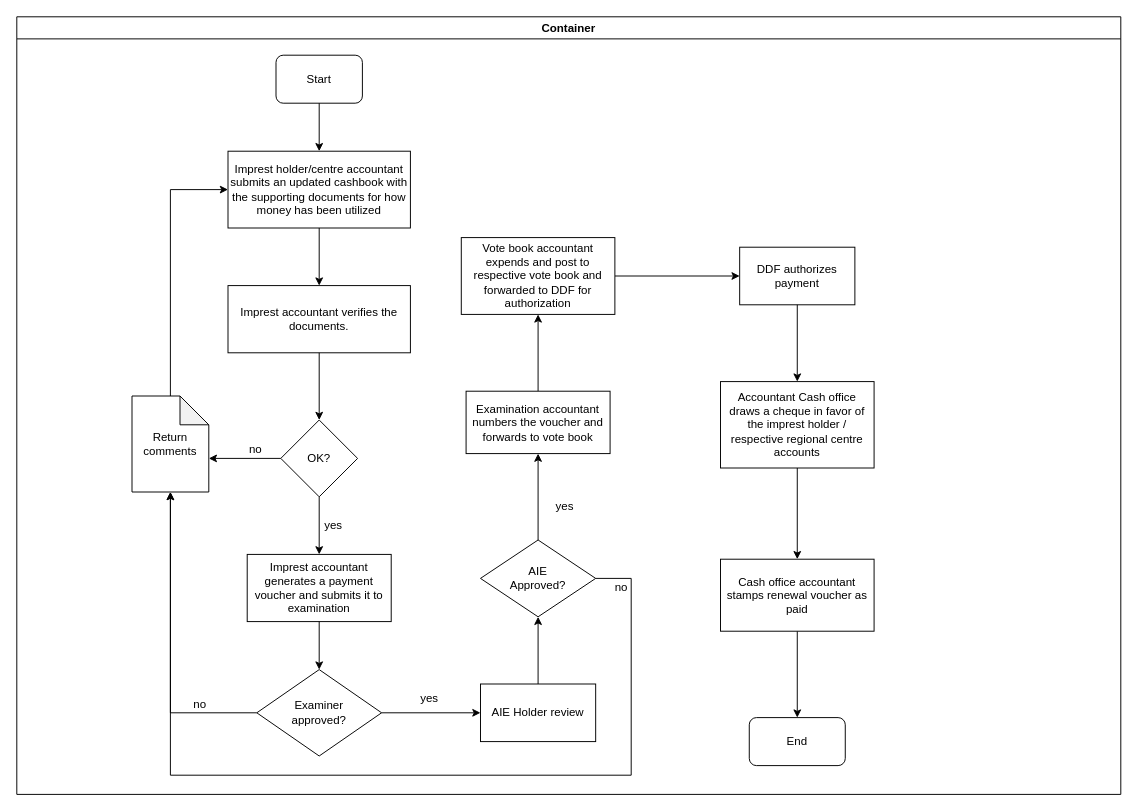
The draw.io diagram KEFRI-FIN-IMPREST SURRENDER.drawio in kmagua/flowcharts, before the edit. Source tidied: cells renumbered, new cells numbered last; positions are measured from the earlier drawing's top-left corner, leaving out a move shared by most shapes. Both pictures are drawn from the tidied source at 96%, with x=0, y=0 at pixel (16, 16).
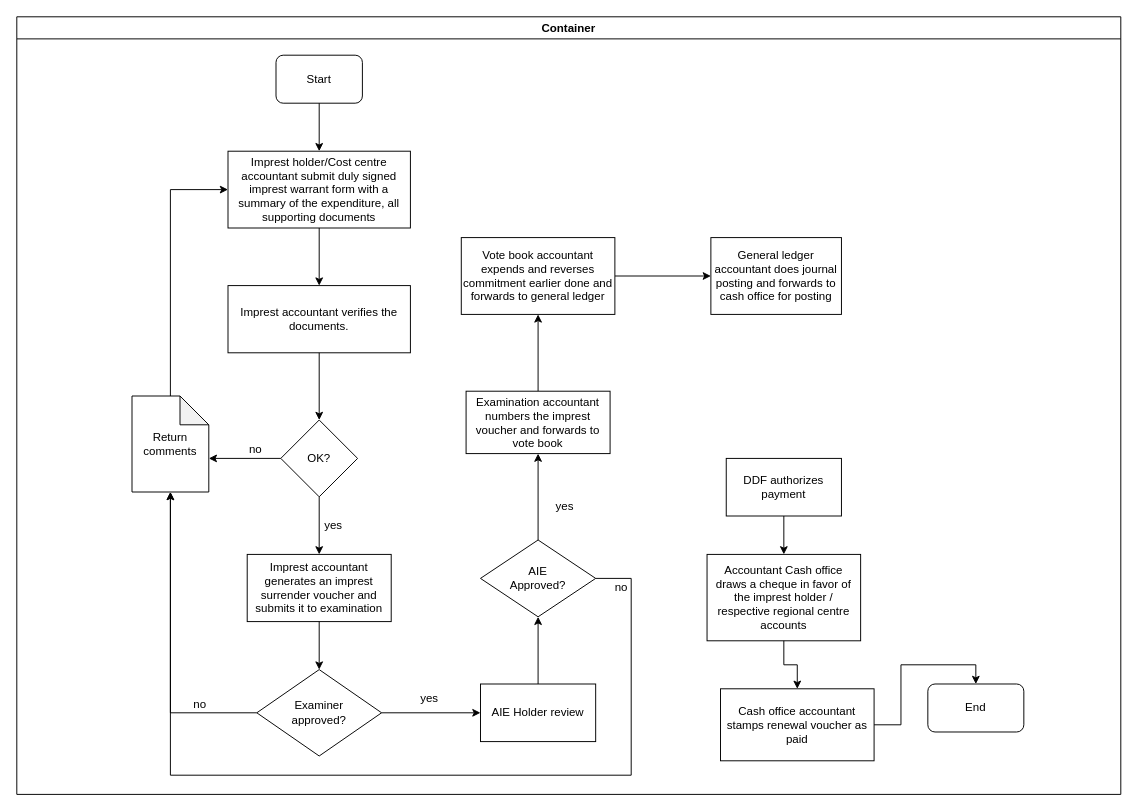
Above is the later version.

Unchanged cells that the change refers to:
```xml
<mxCell id="2" value="Container" style="swimlane;startSize=23;" parent="1" vertex="1">
  <mxGeometry width="1150" height="810" as="geometry" />
</mxCell>
```

Diff of the diagram source:
```diff
@@
-    <mxCell id="4" value="Imprest holder/centre accountant submits an updated cashbook with the supporting documents for how money has been utilized" style="rounded=0;whiteSpace=wrap;html=1;" parent="2" vertex="1">
+    <mxCell id="4" value="Imprest holder/Cost centre accountant submit duly signed imprest warrant form with a summary of the expenditure, all supporting documents" style="rounded=0;whiteSpace=wrap;html=1;" parent="2" vertex="1">
       <mxGeometry x="220" y="140" width="190" height="80" as="geometry" />
     </mxCell>
@@
-    <mxCell id="6" value="Imprest accountant generates a payment voucher and submits it to examination" style="whiteSpace=wrap;html=1;rounded=0;" parent="2" vertex="1">
+    <mxCell id="6" value="Imprest accountant generates an imprest surrender voucher and submits it to examination" style="whiteSpace=wrap;html=1;rounded=0;" parent="2" vertex="1">
       <mxGeometry x="240" y="560" width="150" height="70" as="geometry" />
     </mxCell>
@@
     <mxCell id="18" value="DDF authorizes payment" style="whiteSpace=wrap;html=1;rounded=0;" parent="2" vertex="1">
-      <mxGeometry x="753" y="240" width="120" height="60" as="geometry" />
+      <mxGeometry x="739" y="460" width="120" height="60" as="geometry" />
     </mxCell>
     <mxCell id="19" value="End" style="rounded=1;whiteSpace=wrap;html=1;" parent="2" vertex="1">
-      <mxGeometry x="763" y="730" width="100" height="50" as="geometry" />
+      <mxGeometry x="949" y="695" width="100" height="50" as="geometry" />
     </mxCell>
+    <mxCell id="39" value="Cash office accountant stamps renewal voucher as paid" style="whiteSpace=wrap;html=1;rounded=0;" parent="2" vertex="1">
+      <mxGeometry x="733" y="700" width="160" height="75" as="geometry" />
+    </mxCell>
+    <mxCell id="38" style="edgeStyle=orthogonalEdgeStyle;rounded=0;jettySize=auto;html=1;entryX=0.5;entryY=0;entryDx=0;entryDy=0;" parent="2" edge="1" source="39" target="19">
+      <mxGeometry relative="1" as="geometry" />
+    </mxCell>
+    <mxCell id="36" value="Accountant Cash office draws a cheque in favor of the imprest holder / respective regional centre accounts" style="whiteSpace=wrap;html=1;rounded=0;" parent="2" vertex="1">
+      <mxGeometry x="719" y="560" width="160" height="90" as="geometry" />
+    </mxCell>
+    <mxCell id="35" style="edgeStyle=orthogonalEdgeStyle;rounded=0;jettySize=auto;html=1;" parent="2" edge="1" source="36" target="39">
+      <mxGeometry relative="1" as="geometry" />
+    </mxCell>
+    <mxCell id="37" style="edgeStyle=orthogonalEdgeStyle;rounded=0;jettySize=auto;html=1;" parent="2" edge="1" source="18" target="36">
+      <mxGeometry relative="1" as="geometry" />
+    </mxCell>
@@
-    <mxCell id="29" value="Examination accountant numbers the voucher and forwards to vote book" style="whiteSpace=wrap;html=1;rounded=0;" parent="1" vertex="1">
+    <mxCell id="29" value="Examination accountant numbers the imprest voucher and forwards to vote book" style="whiteSpace=wrap;html=1;rounded=0;" parent="1" vertex="1">
       <mxGeometry x="468" y="390" width="150" height="65" as="geometry" />
     </mxCell>
@@
-    <mxCell id="33" style="edgeStyle=orthogonalEdgeStyle;rounded=0;jettySize=auto;html=1;" parent="1" edge="1" source="34" target="18">
-      <mxGeometry relative="1" as="geometry" />
-    </mxCell>
+    <mxCell id="41" style="edgeStyle=orthogonalEdgeStyle;rounded=0;jettySize=auto;html=1;" parent="1" edge="1" source="34" target="42">
+      <mxGeometry relative="1" as="geometry" />
+    </mxCell>
-    <mxCell id="34" value="Vote book accountant expends and post to respective vote book and forwarded to DDF for authorization" style="whiteSpace=wrap;html=1;rounded=0;" parent="1" vertex="1">
+    <mxCell id="34" value="Vote book accountant expends and reverses commitment earlier done and forwards to general ledger" style="whiteSpace=wrap;html=1;rounded=0;" parent="1" vertex="1">
       <mxGeometry x="463" y="230" width="160" height="80" as="geometry" />
     </mxCell>
-    <mxCell id="35" style="edgeStyle=orthogonalEdgeStyle;rounded=0;jettySize=auto;html=1;" parent="1" edge="1" source="36" target="39">
-      <mxGeometry relative="1" as="geometry" />
-    </mxCell>
-    <mxCell id="36" value="Accountant Cash office draws a cheque in favor of the imprest holder / respective regional centre accounts" style="whiteSpace=wrap;html=1;rounded=0;" parent="1" vertex="1">
-      <mxGeometry x="733" y="380" width="160" height="90" as="geometry" />
-    </mxCell>
-    <mxCell id="37" style="edgeStyle=orthogonalEdgeStyle;rounded=0;jettySize=auto;html=1;" parent="1" edge="1" source="18" target="36">
-      <mxGeometry relative="1" as="geometry" />
-    </mxCell>
-    <mxCell id="38" style="edgeStyle=orthogonalEdgeStyle;rounded=0;jettySize=auto;html=1;entryX=0.5;entryY=0;entryDx=0;entryDy=0;" parent="1" edge="1" source="39" target="19">
-      <mxGeometry relative="1" as="geometry" />
-    </mxCell>
-    <mxCell id="39" value="Cash office accountant stamps renewal voucher as paid" style="whiteSpace=wrap;html=1;rounded=0;" parent="1" vertex="1">
-      <mxGeometry x="733" y="565" width="160" height="75" as="geometry" />
-    </mxCell>
@@
+    <mxCell id="42" value="General ledger accountant does journal posting and forwards to cash office for posting" style="whiteSpace=wrap;html=1;rounded=0;" parent="1" vertex="1">
+      <mxGeometry x="723" y="230" width="136" height="80" as="geometry" />
+    </mxCell>
```
